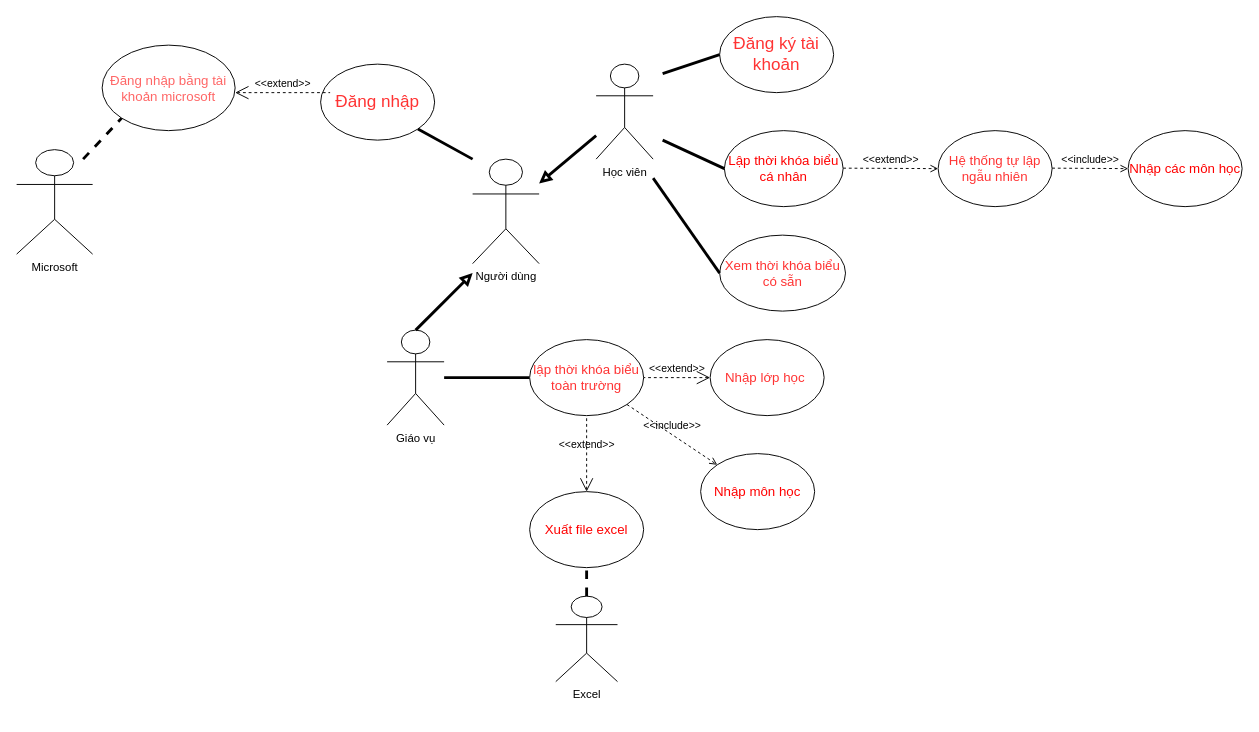
Before: Untitled Diagram.drawio in ngocanhdz/classTime, a draw.io diagram. Source tidied: cells renumbered, new cells numbered last; positions are measured from the earlier drawing's top-left corner, leaving out a move shared by most shapes. Both pictures are drawn from the tidied source at 95%, with x=0, y=0 at pixel (16, 16).
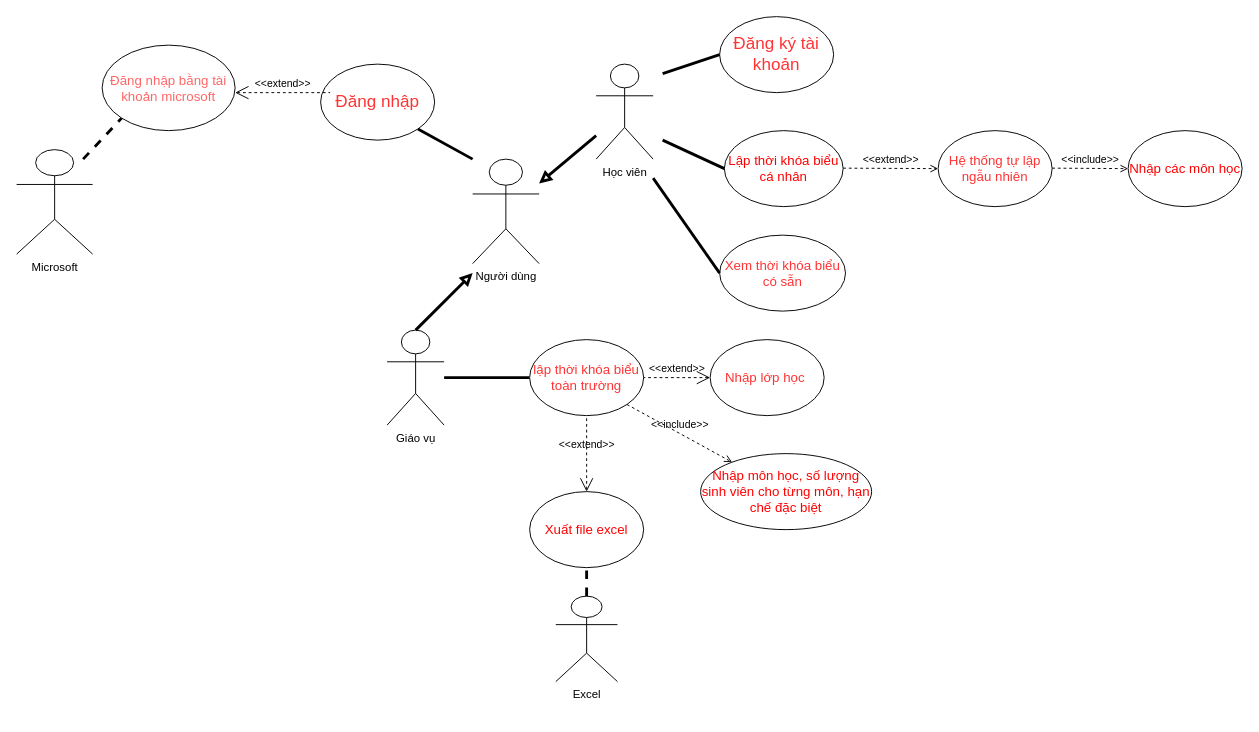
The same diagram, later.

The edit, as a diff of the source:
```diff
@@
-    <mxCell id="28" value="&lt;font style=&quot;color: rgb(255, 0, 0); font-size: 14px;&quot;&gt;Nhập môn học&lt;/font&gt;" style="ellipse;whiteSpace=wrap;html=1;" parent="1" vertex="1">
-      <mxGeometry x="720" y="460" width="120" height="80" as="geometry" />
+    <mxCell id="28" value="&lt;font style=&quot;color: rgb(255, 0, 0); font-size: 14px;&quot;&gt;Nhập môn học, số lượng sinh viên cho từng môn, hạn chế đặc biệt&lt;/font&gt;" style="ellipse;whiteSpace=wrap;html=1;" parent="1" vertex="1">
+      <mxGeometry x="720" y="460" width="180" height="80" as="geometry" />
     </mxCell>
```
